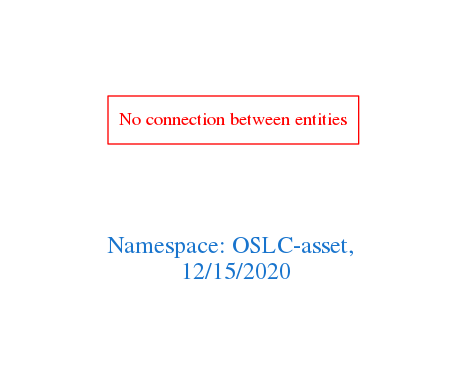
Before: downloads/OSLC-asset.png, a diagram exported from Graphviz (arago/OGIT). Its source is kept beside it as downloads/OSLC-asset.dot.
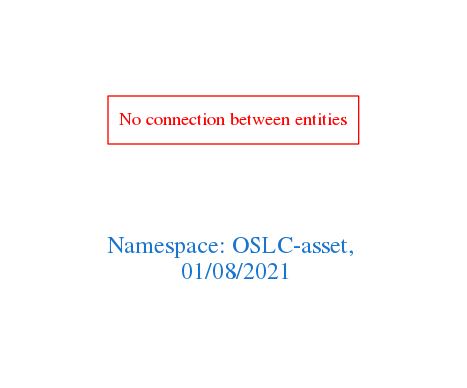
Above is the later version.

What changed in the source:
```diff
@@ -1,7 +1,7 @@
 digraph OGIT_ontology {
  graph [ rankdir= LR,pad=1
 fontsize = 18,
-fontcolor= dodgerblue3,label = "\n\n\nNamespace: OSLC-asset, \n 12/15/2020"];
+fontcolor= dodgerblue3,label = "\n\n\nNamespace: OSLC-asset, \n 01/08/2021"];
 node[shape=polygon];
 edge [  color="gray81"];
 
```
